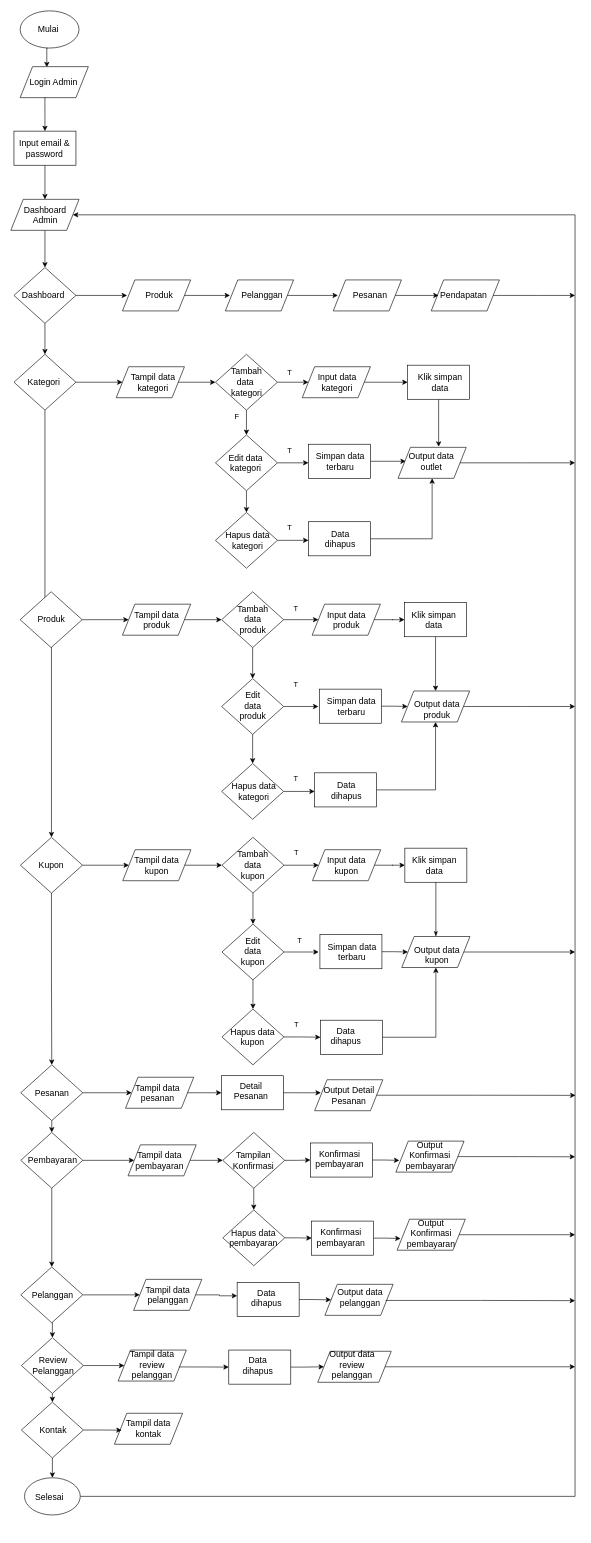
aldinurhanudin/Vmart_API keeps this draw.io diagram as page "Flowchart Sistem Vmart" (5 of 5) of Dokumen/Diagram.drawio. Above is the earlier version. Source tidied: cells renumbered, new cells numbered last; positions are measured from the earlier drawing's top-left corner, leaving out a move shared by most shapes. Both pictures are drawn from the tidied source at 62%, with x=0, y=0 at pixel (11, 11).
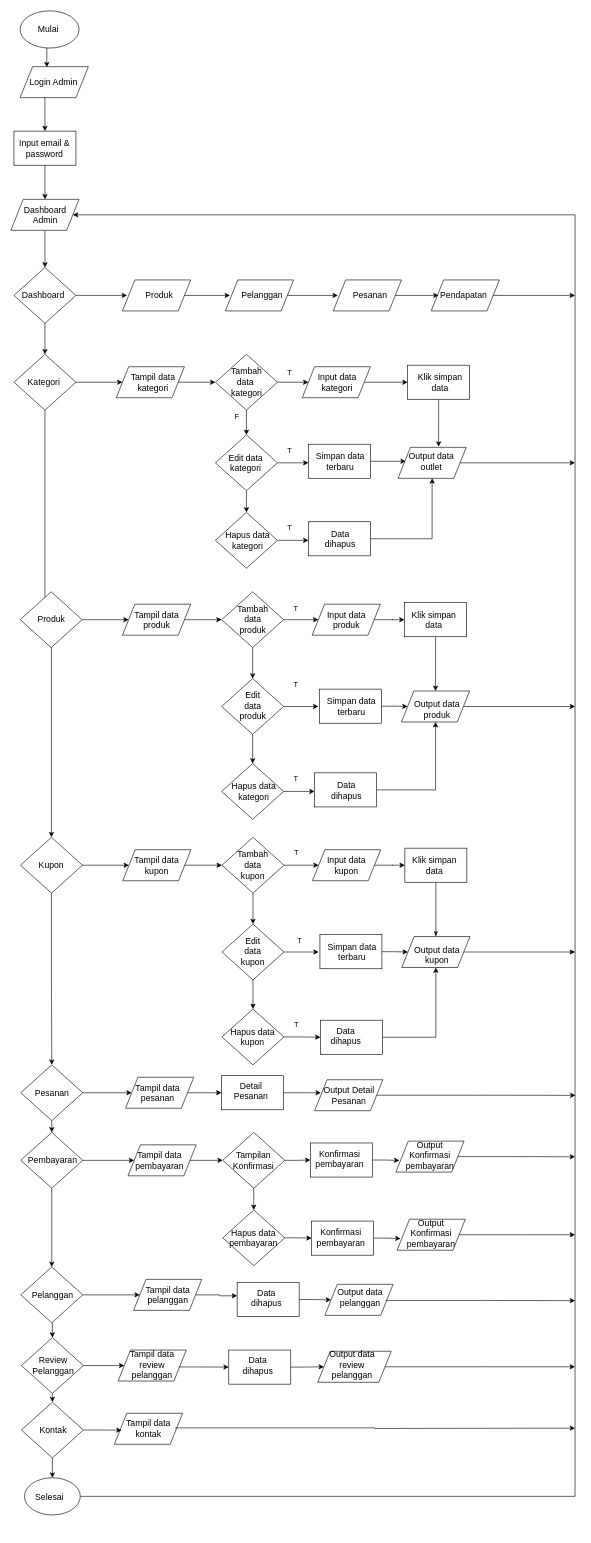
The same page after the edit.

Commit message (it also covers changes not shown here):
revisi flowchart admin

Unchanged cells that the change refers to:
```xml
<mxCell id="208" value="&lt;span style=&quot;font-size: 14px&quot;&gt;Tampil data kontak&lt;/span&gt;" style="text;html=1;strokeColor=none;fillColor=none;align=center;verticalAlign=middle;whiteSpace=wrap;rounded=0;" parent="206" vertex="1">
  <mxGeometry x="11.8" y="16" width="86.2" height="15" as="geometry" />
</mxCell>
```

Change to the diagram source:
```diff
@@
+    <mxCell id="251" style="edgeStyle=orthogonalEdgeStyle;rounded=0;jettySize=auto;html=1;exitX=1;exitY=0.5;exitDx=0;exitDy=0;" parent="1" edge="1" source="208">
+      <mxGeometry relative="1" as="geometry">
+        <mxPoint x="910" y="2286" as="targetPoint" />
+      </mxGeometry>
+    </mxCell>
```
